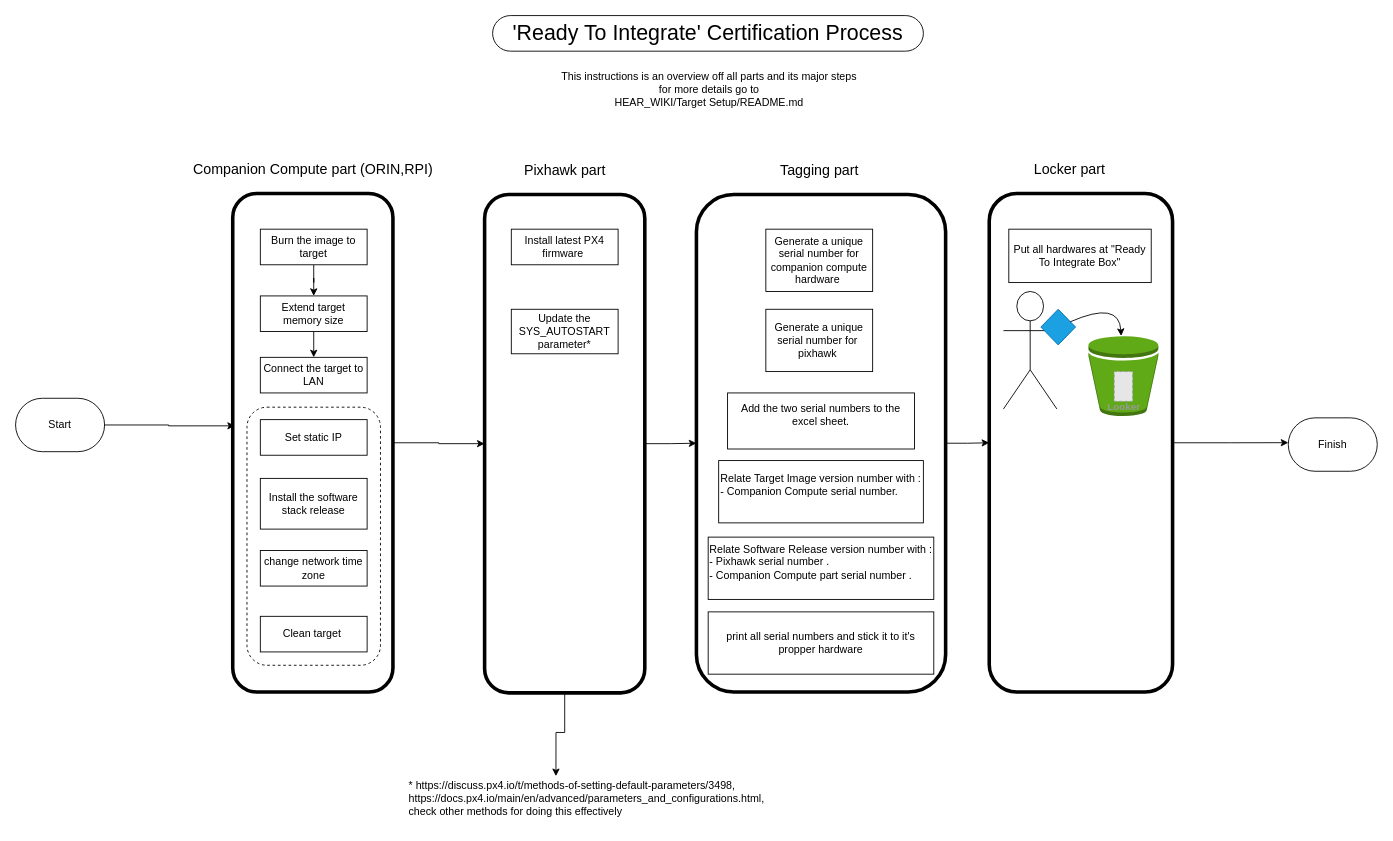
DroneLeaf/HEAR_wiki keeps this draw.io diagram as Guide/Hardware and Process/Commissioning/1 Ready to integrate/ready_to_integrate.drawio. Above is the earlier version. Source tidied: cells renumbered, new cells numbered last; positions are measured from the earlier drawing's top-left corner, leaving out a move shared by most shapes. Both pictures are drawn from the tidied source at 89%, with x=0, y=0 at pixel (15, 15). Pictures stored in the file or linked from it are replaced by grey dashed boxes.
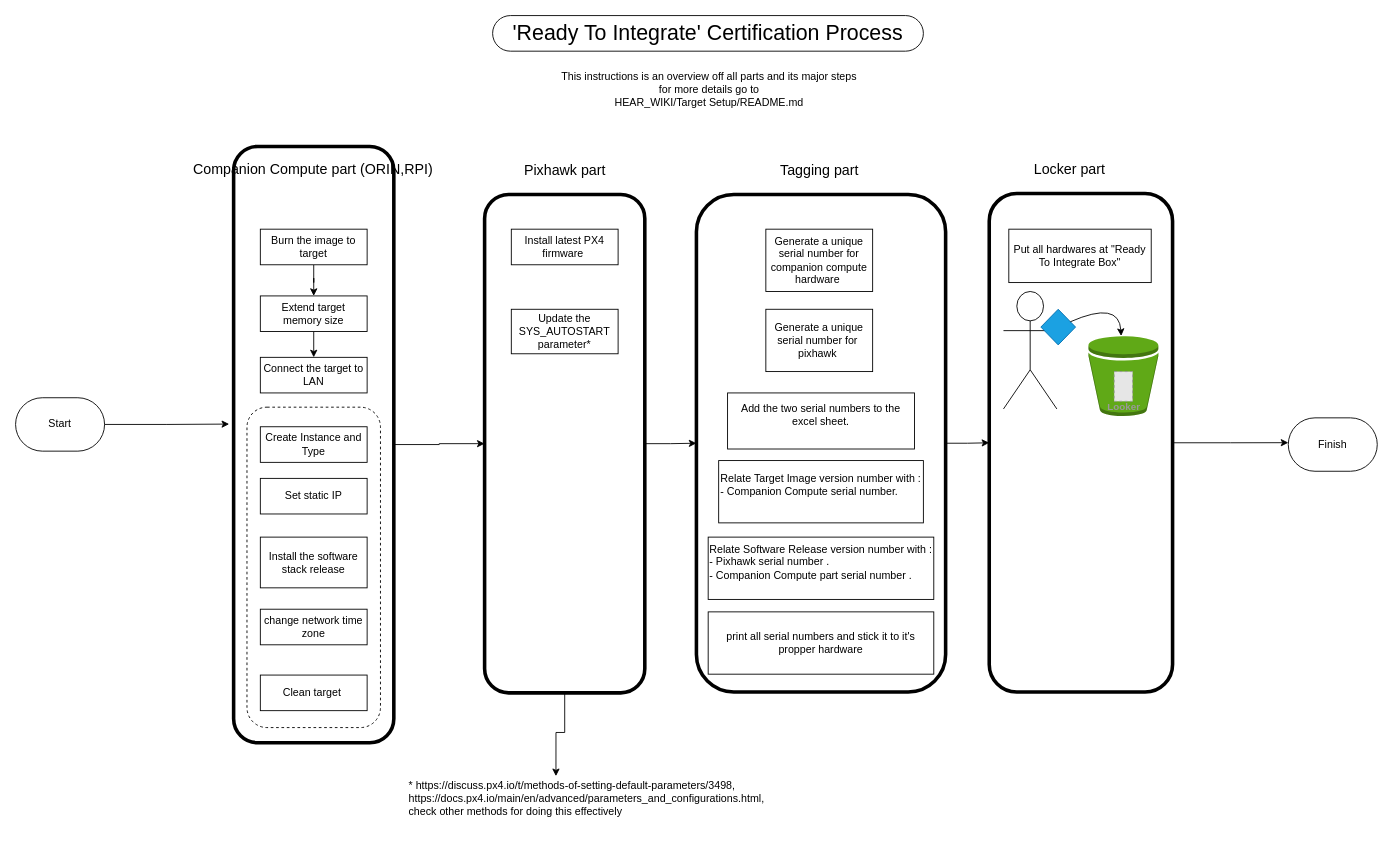
The same diagram, later.

Diff of the diagram source:
```diff
@@
     <mxCell id="2" style="rounded=1;whiteSpace=wrap;html=1;fillColor=none;strokeWidth=4;" parent="1" vertex="1">
-      <mxGeometry x="244" y="200" width="180" height="560" as="geometry" />
+      <mxGeometry x="245" y="147" width="180" height="670" as="geometry" />
     </mxCell>
     <mxCell id="3" style="rounded=1;whiteSpace=wrap;html=1;dashed=1;" parent="1" vertex="1">
-      <mxGeometry x="260" y="440" width="150" height="290" as="geometry" />
+      <mxGeometry x="260" y="440" width="150" height="360" as="geometry" />
     </mxCell>
@@
     <mxCell id="16" value="Set static IP" style="rounded=1;whiteSpace=wrap;html=1;fontSize=12;glass=0;strokeWidth=1;shadow=0;arcSize=0;" parent="1" vertex="1">
-      <mxGeometry x="275" y="454" width="120" height="40" as="geometry" />
+      <mxGeometry x="275" y="520" width="120" height="40" as="geometry" />
     </mxCell>
     <mxCell id="17" value="Install the software stack release" style="rounded=1;whiteSpace=wrap;html=1;fontSize=12;glass=0;strokeWidth=1;shadow=0;arcSize=0;" parent="1" vertex="1">
-      <mxGeometry x="275" y="520" width="120" height="57" as="geometry" />
+      <mxGeometry x="275" y="586" width="120" height="57" as="geometry" />
     </mxCell>
     <mxCell id="18" value="change network time zone" style="rounded=1;whiteSpace=wrap;html=1;fontSize=12;glass=0;strokeWidth=1;shadow=0;arcSize=0;" parent="1" vertex="1">
-      <mxGeometry x="275" y="601" width="120" height="40" as="geometry" />
+      <mxGeometry x="275" y="667" width="120" height="40" as="geometry" />
     </mxCell>
     <mxCell id="19" value="Clean target&amp;nbsp;" style="rounded=1;whiteSpace=wrap;html=1;fontSize=12;glass=0;strokeWidth=1;shadow=0;arcSize=0;" parent="1" vertex="1">
-      <mxGeometry x="275" y="675" width="120" height="40" as="geometry" />
+      <mxGeometry x="275" y="741" width="120" height="40" as="geometry" />
     </mxCell>
@@
     <mxCell id="32" value="&lt;div&gt;Start&lt;/div&gt;" style="rounded=1;whiteSpace=wrap;html=1;arcSize=50;" parent="1" vertex="1">
-      <mxGeometry y="430" width="100" height="60" as="geometry" />
+      <mxGeometry y="429.4" width="100" height="60" as="geometry" />
     </mxCell>
-    <mxCell id="33" style="edgeStyle=orthogonalEdgeStyle;rounded=0;jettySize=auto;html=1;entryX=0.014;entryY=0.466;entryDx=0;entryDy=0;entryPerimeter=0;" parent="1" edge="1" source="32" target="2">
-      <mxGeometry relative="1" as="geometry" />
+    <mxCell id="33" style="edgeStyle=orthogonalEdgeStyle;rounded=0;jettySize=auto;html=1;" parent="1" edge="1" source="32">
+      <mxGeometry relative="1" as="geometry">
+        <mxPoint x="240" y="459" as="targetPoint" />
+      </mxGeometry>
     </mxCell>
@@
+    <mxCell id="45" value="Create Instance and Type" style="rounded=1;whiteSpace=wrap;html=1;fontSize=12;glass=0;strokeWidth=1;shadow=0;arcSize=0;" parent="1" vertex="1">
+      <mxGeometry x="275" y="462" width="120" height="40" as="geometry" />
+    </mxCell>
```
